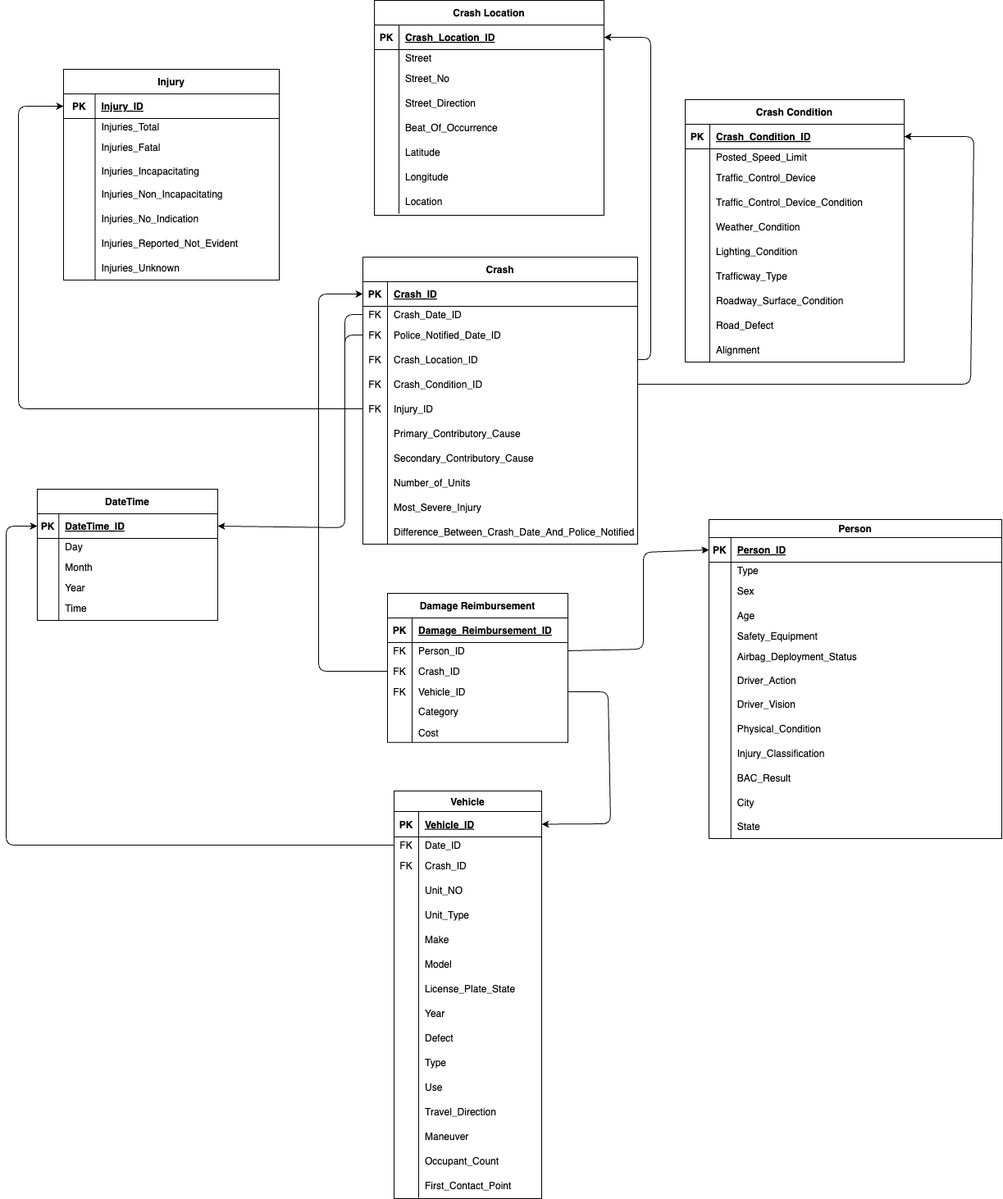
Above: Data Warehouse Schema/DW Schema.png in SaraHoxha/lds-dw-modelling (draw.io), before the change. Source tidied: cells renumbered, new cells last; positions are measured from the earlier drawing's top-left corner, leaving out a move shared by most shapes.
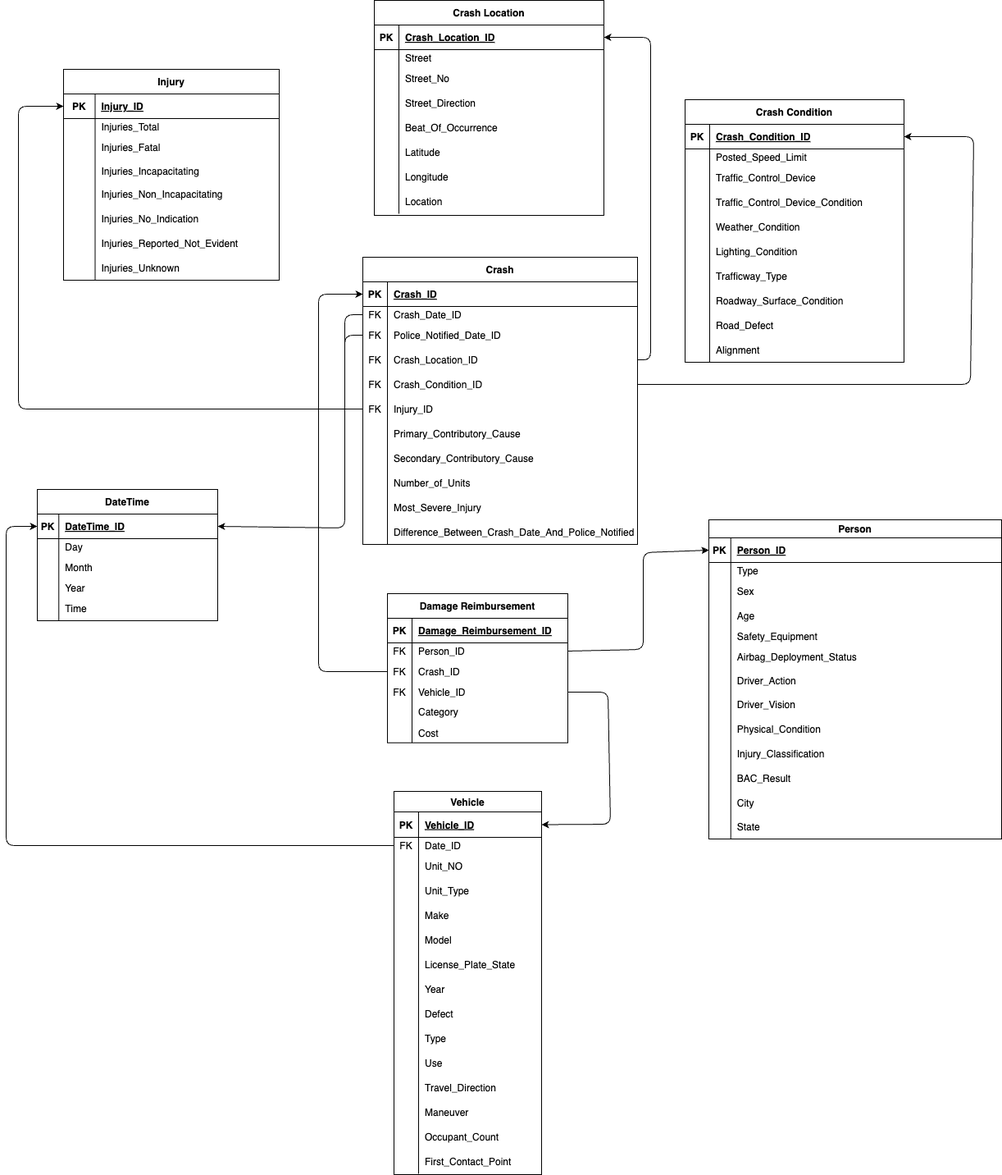
The same file after the commit.

The edit, as a diff of the source:
```diff
@@ -273,7 +273,7 @@
       <mxGeometry x="30" width="190" height="25" as="geometry" />
     </mxCell>
     <mxCell id="92" value="Vehicle" style="shape=table;startSize=25;rowLines=0;fontStyle=1;align=center;" parent="1" vertex="1">
-      <mxGeometry x="473" y="964" width="180" height="497" as="geometry" />
+      <mxGeometry x="473" y="964" width="180" height="467" as="geometry" />
     </mxCell>
     <mxCell id="93" style="shape=tableRow;horizontal=0;startSize=0;swimlaneHead=0;swimlaneBody=0;fillColor=none;points=[[0,0.5],[1,0.5]];portConstraint=eastwest;top=0;left=0;right=0;bottom=1;" parent="92" vertex="1">
       <mxGeometry y="25" width="180" height="31" as="geometry" />
@@ -293,17 +293,8 @@
     <mxCell id="98" value="Date_ID" style="shape=partialRectangle;fillColor=none;top=0;left=0;bottom=0;right=0;align=left;spacingLeft=6;overflow=hidden;" parent="96" vertex="1">
       <mxGeometry x="30" width="150" height="20" as="geometry" />
     </mxCell>
-    <mxCell id="99" style="shape=tableRow;horizontal=0;startSize=0;swimlaneHead=0;swimlaneBody=0;fillColor=none;top=0;left=0;right=0;bottom=0;" parent="92" vertex="1">
-      <mxGeometry y="76" width="180" height="30" as="geometry" />
-    </mxCell>
-    <mxCell id="100" value="FK" style="shape=partialRectangle;fillColor=none;top=0;left=0;bottom=0;right=0;fontStyle=0;overflow=hidden;" parent="99" vertex="1">
-      <mxGeometry width="30" height="30" as="geometry" />
-    </mxCell>
-    <mxCell id="101" value="Crash_ID" style="shape=partialRectangle;fillColor=none;top=0;left=0;bottom=0;right=0;align=left;spacingLeft=6;fontStyle=0;overflow=hidden;" parent="99" vertex="1">
-      <mxGeometry x="30" width="150" height="30" as="geometry" />
-    </mxCell>
     <mxCell id="102" style="shape=tableRow;horizontal=0;startSize=0;swimlaneHead=0;swimlaneBody=0;fillColor=none;top=0;left=0;right=0;bottom=0;" parent="92" vertex="1">
-      <mxGeometry y="106" width="180" height="30" as="geometry" />
+      <mxGeometry y="76" width="180" height="30" as="geometry" />
     </mxCell>
     <mxCell id="103" style="shape=partialRectangle;fillColor=none;top=0;left=0;bottom=0;right=0;overflow=hidden;" parent="102" vertex="1">
       <mxGeometry width="30" height="30" as="geometry" />
@@ -312,7 +303,7 @@
       <mxGeometry x="30" width="150" height="30" as="geometry" />
     </mxCell>
     <mxCell id="105" style="shape=tableRow;horizontal=0;startSize=0;swimlaneHead=0;swimlaneBody=0;fillColor=none;top=0;left=0;right=0;bottom=0;" parent="92" vertex="1">
-      <mxGeometry y="136" width="180" height="30" as="geometry" />
+      <mxGeometry y="106" width="180" height="30" as="geometry" />
     </mxCell>
     <mxCell id="106" style="shape=partialRectangle;fillColor=none;top=0;left=0;bottom=0;right=0;overflow=hidden;" parent="105" vertex="1">
       <mxGeometry width="30" height="30" as="geometry" />
@@ -321,7 +312,7 @@
       <mxGeometry x="30" width="150" height="30" as="geometry" />
     </mxCell>
     <mxCell id="108" style="shape=tableRow;horizontal=0;startSize=0;swimlaneHead=0;swimlaneBody=0;fillColor=none;top=0;left=0;right=0;bottom=0;" parent="92" vertex="1">
-      <mxGeometry y="166" width="180" height="30" as="geometry" />
+      <mxGeometry y="136" width="180" height="30" as="geometry" />
     </mxCell>
     <mxCell id="109" style="shape=partialRectangle;fillColor=none;top=0;left=0;bottom=0;right=0;overflow=hidden;" parent="108" vertex="1">
       <mxGeometry width="30" height="30" as="geometry" />
@@ -330,7 +321,7 @@
       <mxGeometry x="30" width="150" height="30" as="geometry" />
     </mxCell>
     <mxCell id="111" style="shape=tableRow;horizontal=0;startSize=0;swimlaneHead=0;swimlaneBody=0;fillColor=none;top=0;left=0;right=0;bottom=0;" parent="92" vertex="1">
-      <mxGeometry y="196" width="180" height="30" as="geometry" />
+      <mxGeometry y="166" width="180" height="30" as="geometry" />
     </mxCell>
     <mxCell id="112" style="shape=partialRectangle;fillColor=none;top=0;left=0;bottom=0;right=0;overflow=hidden;" parent="111" vertex="1">
       <mxGeometry width="30" height="30" as="geometry" />
@@ -339,7 +330,7 @@
       <mxGeometry x="30" width="150" height="30" as="geometry" />
     </mxCell>
     <mxCell id="114" style="shape=tableRow;horizontal=0;startSize=0;swimlaneHead=0;swimlaneBody=0;fillColor=none;top=0;left=0;right=0;bottom=0;" parent="92" vertex="1">
-      <mxGeometry y="226" width="180" height="30" as="geometry" />
+      <mxGeometry y="196" width="180" height="30" as="geometry" />
     </mxCell>
     <mxCell id="115" style="shape=partialRectangle;fillColor=none;top=0;left=0;bottom=0;right=0;overflow=hidden;" parent="114" vertex="1">
       <mxGeometry width="30" height="30" as="geometry" />
@@ -348,7 +339,7 @@
       <mxGeometry x="30" width="150" height="30" as="geometry" />
     </mxCell>
     <mxCell id="117" style="shape=tableRow;horizontal=0;startSize=0;swimlaneHead=0;swimlaneBody=0;fillColor=none;top=0;left=0;right=0;bottom=0;" parent="92" vertex="1">
-      <mxGeometry y="256" width="180" height="30" as="geometry" />
+      <mxGeometry y="226" width="180" height="30" as="geometry" />
     </mxCell>
     <mxCell id="118" style="shape=partialRectangle;fillColor=none;top=0;left=0;bottom=0;right=0;overflow=hidden;" parent="117" vertex="1">
       <mxGeometry width="30" height="30" as="geometry" />
@@ -357,7 +348,7 @@
       <mxGeometry x="30" width="150" height="30" as="geometry" />
     </mxCell>
     <mxCell id="120" style="shape=tableRow;horizontal=0;startSize=0;swimlaneHead=0;swimlaneBody=0;fillColor=none;top=0;left=0;right=0;bottom=0;" parent="92" vertex="1">
-      <mxGeometry y="286" width="180" height="30" as="geometry" />
+      <mxGeometry y="256" width="180" height="30" as="geometry" />
     </mxCell>
     <mxCell id="121" style="shape=partialRectangle;fillColor=none;top=0;left=0;bottom=0;right=0;overflow=hidden;" parent="120" vertex="1">
       <mxGeometry width="30" height="30" as="geometry" />
@@ -366,7 +357,7 @@
       <mxGeometry x="30" width="150" height="30" as="geometry" />
     </mxCell>
     <mxCell id="123" style="shape=tableRow;horizontal=0;startSize=0;swimlaneHead=0;swimlaneBody=0;fillColor=none;top=0;left=0;right=0;bottom=0;" parent="92" vertex="1">
-      <mxGeometry y="316" width="180" height="30" as="geometry" />
+      <mxGeometry y="286" width="180" height="30" as="geometry" />
     </mxCell>
     <mxCell id="124" style="shape=partialRectangle;fillColor=none;top=0;left=0;bottom=0;right=0;overflow=hidden;" parent="123" vertex="1">
       <mxGeometry width="30" height="30" as="geometry" />
@@ -375,7 +366,7 @@
       <mxGeometry x="30" width="150" height="30" as="geometry" />
     </mxCell>
     <mxCell id="126" style="shape=tableRow;horizontal=0;startSize=0;swimlaneHead=0;swimlaneBody=0;fillColor=none;top=0;left=0;right=0;bottom=0;" parent="92" vertex="1">
-      <mxGeometry y="346" width="180" height="30" as="geometry" />
+      <mxGeometry y="316" width="180" height="30" as="geometry" />
     </mxCell>
     <mxCell id="127" style="shape=partialRectangle;fillColor=none;top=0;left=0;bottom=0;right=0;overflow=hidden;" parent="126" vertex="1">
       <mxGeometry width="30" height="30" as="geometry" />
@@ -384,7 +375,7 @@
       <mxGeometry x="30" width="150" height="30" as="geometry" />
     </mxCell>
     <mxCell id="129" style="shape=tableRow;horizontal=0;startSize=0;swimlaneHead=0;swimlaneBody=0;fillColor=none;top=0;left=0;right=0;bottom=0;" parent="92" vertex="1">
-      <mxGeometry y="376" width="180" height="30" as="geometry" />
+      <mxGeometry y="346" width="180" height="30" as="geometry" />
     </mxCell>
     <mxCell id="130" style="shape=partialRectangle;fillColor=none;top=0;left=0;bottom=0;right=0;overflow=hidden;" parent="129" vertex="1">
       <mxGeometry width="30" height="30" as="geometry" />
@@ -393,7 +384,7 @@
       <mxGeometry x="30" width="150" height="30" as="geometry" />
     </mxCell>
     <mxCell id="132" style="shape=tableRow;horizontal=0;startSize=0;swimlaneHead=0;swimlaneBody=0;fillColor=none;top=0;left=0;right=0;bottom=0;" parent="92" vertex="1">
-      <mxGeometry y="406" width="180" height="30" as="geometry" />
+      <mxGeometry y="376" width="180" height="30" as="geometry" />
     </mxCell>
     <mxCell id="133" style="shape=partialRectangle;fillColor=none;top=0;left=0;bottom=0;right=0;overflow=hidden;" parent="132" vertex="1">
       <mxGeometry width="30" height="30" as="geometry" />
@@ -402,7 +393,7 @@
       <mxGeometry x="30" width="150" height="30" as="geometry" />
     </mxCell>
     <mxCell id="135" style="shape=tableRow;horizontal=0;startSize=0;swimlaneHead=0;swimlaneBody=0;fillColor=none;top=0;left=0;right=0;bottom=0;" parent="92" vertex="1">
-      <mxGeometry y="436" width="180" height="30" as="geometry" />
+      <mxGeometry y="406" width="180" height="30" as="geometry" />
     </mxCell>
     <mxCell id="136" style="shape=partialRectangle;fillColor=none;top=0;left=0;bottom=0;right=0;overflow=hidden;" parent="135" vertex="1">
       <mxGeometry width="30" height="30" as="geometry" />
@@ -411,7 +402,7 @@
       <mxGeometry x="30" width="150" height="30" as="geometry" />
     </mxCell>
     <mxCell id="138" style="shape=tableRow;horizontal=0;startSize=0;swimlaneHead=0;swimlaneBody=0;fillColor=none;top=0;left=0;right=0;bottom=0;" parent="92" vertex="1">
-      <mxGeometry y="466" width="180" height="30" as="geometry" />
+      <mxGeometry y="436" width="180" height="30" as="geometry" />
     </mxCell>
     <mxCell id="139" style="shape=partialRectangle;fillColor=none;top=0;left=0;bottom=0;right=0;overflow=hidden;" parent="138" vertex="1">
       <mxGeometry width="30" height="30" as="geometry" />
```
